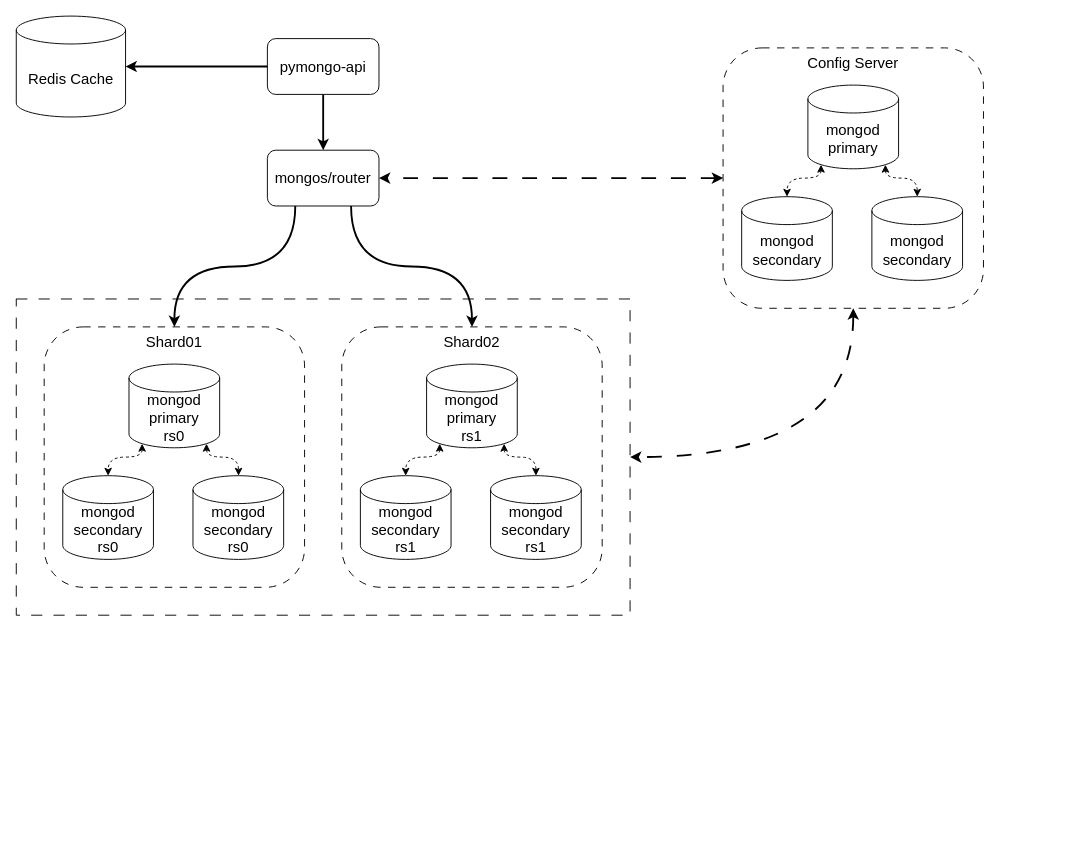
The draw.io diagram page "Part-3" (3 of 3) of task01/task1-03.drawio in santechniqueue/architecture-pro-black_friday, before the edit. Source tidied: cells renumbered, new cells numbered last; positions are measured from the earlier drawing's top-left corner, leaving out a move shared by most shapes. Both pictures are drawn from the tidied source at 93%, with x=0, y=0 at pixel (16, 16).
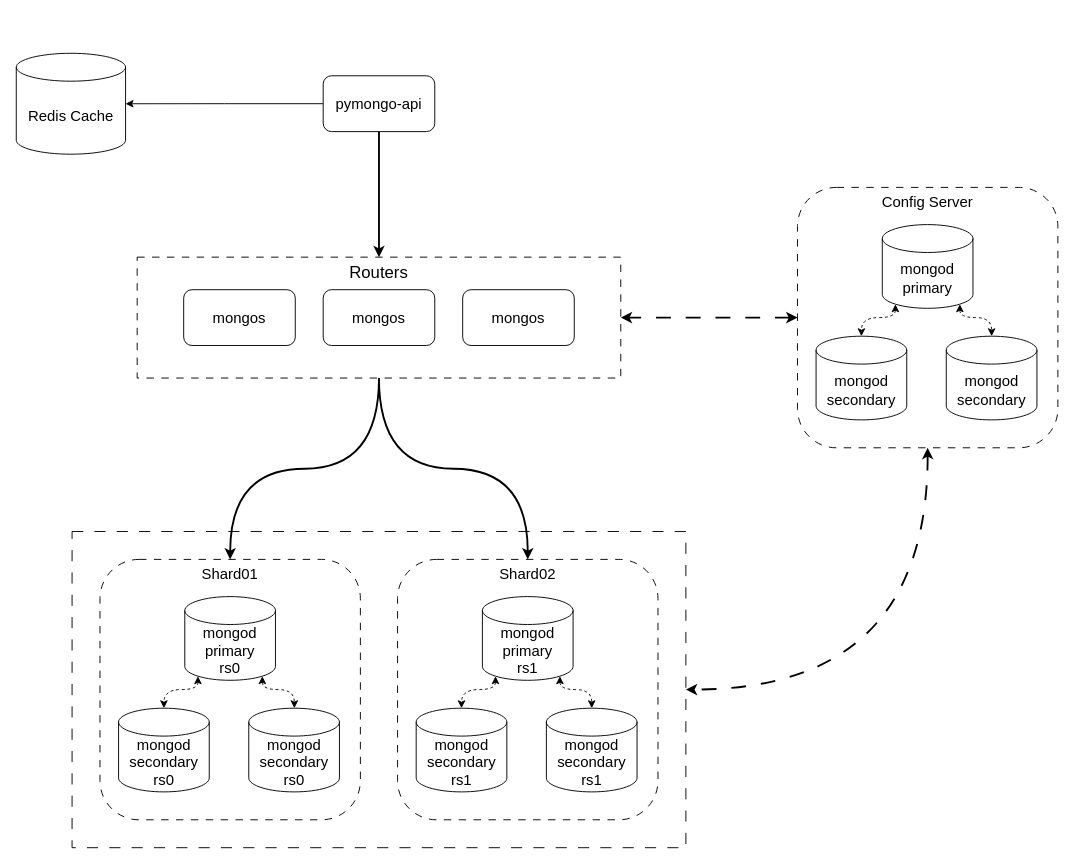
After the change.

The change refers to these unchanged cells:
```xml
<mxCell id="5" value="Shard02" style="rounded=1;whiteSpace=wrap;html=1;verticalAlign=top;dashed=1;dashPattern=8 8;fontSize=16;" parent="4" vertex="1">
  <mxGeometry width="280" height="280" as="geometry" />
</mxCell>
<mxCell id="12" value="Shard01" style="rounded=1;whiteSpace=wrap;html=1;verticalAlign=top;dashed=1;dashPattern=8 8;fontSize=16;" parent="11" vertex="1">
  <mxGeometry width="280" height="280" as="geometry" />
</mxCell>
```

Diff of the diagram source:
```diff
@@
-    <mxCell id="2" style="group;fontSize=16;" parent="1" vertex="1">
-      <mxGeometry y="304" width="660" height="340" as="geometry" />
-    </mxCell>
+    <mxCell id="32" value="Redis Cache" style="shape=cylinder3;whiteSpace=wrap;html=1;boundedLbl=1;backgroundOutline=1;size=15;fontSize=16;" parent="1" vertex="1">
+      <mxGeometry y="39.8" width="117.5" height="108.5" as="geometry" />
+    </mxCell>
+    <mxCell id="34" value="&lt;div&gt;Routers&lt;/div&gt;" style="rounded=0;whiteSpace=wrap;html=1;dashed=1;dashPattern=8 8;align=center;verticalAlign=top;fontSize=18;" parent="1" vertex="1">
+      <mxGeometry x="130" y="259" width="520" height="130" as="geometry" />
+    </mxCell>
+    <mxCell id="35" style="group;fontSize=16;" parent="1" vertex="1">
+      <mxGeometry x="60" y="554" width="660" height="340" as="geometry" />
+    </mxCell>
-    <mxCell id="3" style="rounded=0;whiteSpace=wrap;html=1;dashed=1;dashPattern=12 12;fontSize=16;" parent="2" vertex="1">
+    <mxCell id="3" style="rounded=0;whiteSpace=wrap;html=1;dashed=1;dashPattern=12 12;fontSize=16;" parent="35" vertex="1">
       <mxGeometry width="660" height="340" as="geometry" />
     </mxCell>
-    <mxCell id="4" style="group;fontSize=16;" parent="2" vertex="1">
+    <mxCell id="4" style="group;fontSize=16;" parent="35" vertex="1">
       <mxGeometry x="350" y="30" width="280" height="280" as="geometry" />
     </mxCell>
@@
-    <mxCell id="11" style="group;fontSize=16;" parent="2" vertex="1">
+    <mxCell id="11" style="group;fontSize=16;" parent="35" vertex="1">
       <mxGeometry x="30" y="30" width="280" height="280" as="geometry" />
     </mxCell>
@@
-    <mxCell id="18" style="edgeStyle=orthogonalEdgeStyle;rounded=0;jettySize=auto;html=1;entryX=0.5;entryY=0;entryDx=0;entryDy=0;strokeWidth=2;fontSize=16;" parent="1" edge="1" source="19" target="22">
-      <mxGeometry relative="1" as="geometry" />
-    </mxCell>
+    <mxCell id="36" style="edgeStyle=orthogonalEdgeStyle;rounded=0;jettySize=auto;html=1;strokeWidth=2;fontSize=16;" parent="1" edge="1" source="19" target="34">
+      <mxGeometry relative="1" as="geometry" />
+    </mxCell>
     <mxCell id="19" value="pymongo-api" style="rounded=1;whiteSpace=wrap;html=1;fontSize=16;" parent="1" vertex="1">
-      <mxGeometry x="270" y="24" width="120" height="60" as="geometry" />
+      <mxGeometry x="330" y="64" width="120" height="60" as="geometry" />
     </mxCell>
-    <mxCell id="20" style="edgeStyle=orthogonalEdgeStyle;rounded=0;jettySize=auto;html=1;entryX=0.5;entryY=0;entryDx=0;entryDy=0;exitX=0.75;exitY=1;exitDx=0;exitDy=0;curved=1;strokeWidth=2;fontSize=16;" parent="1" edge="1" source="22" target="5">
-      <mxGeometry relative="1" as="geometry" />
-    </mxCell>
-    <mxCell id="21" style="edgeStyle=orthogonalEdgeStyle;rounded=0;jettySize=auto;html=1;entryX=0.5;entryY=0;entryDx=0;entryDy=0;exitX=0.25;exitY=1;exitDx=0;exitDy=0;curved=1;strokeWidth=2;fontSize=16;" parent="1" edge="1" source="22" target="12">
-      <mxGeometry relative="1" as="geometry" />
-    </mxCell>
-    <mxCell id="22" value="mongos/router" style="rounded=1;whiteSpace=wrap;html=1;fontSize=16;" parent="1" vertex="1">
-      <mxGeometry x="270" y="144" width="120" height="60" as="geometry" />
-    </mxCell>
-    <mxCell id="23" style="edgeStyle=orthogonalEdgeStyle;rounded=0;jettySize=auto;html=1;dashed=1;dashPattern=8 8;strokeWidth=2;startArrow=classic;startFill=1;exitX=0;exitY=0.5;exitDx=0;exitDy=0;curved=1;fontSize=16;" parent="1" edge="1" source="25" target="22">
-      <mxGeometry relative="1" as="geometry" />
-    </mxCell>
-    <mxCell id="24" style="group;fontSize=16;" parent="1" vertex="1">
-      <mxGeometry x="760" y="34" width="280" height="280" as="geometry" />
-    </mxCell>
+    <mxCell id="37" style="edgeStyle=orthogonalEdgeStyle;rounded=0;jettySize=auto;html=1;entryX=0.5;entryY=0;entryDx=0;entryDy=0;exitX=0.5;exitY=1;exitDx=0;exitDy=0;curved=1;strokeWidth=2;fontSize=16;" parent="1" edge="1" source="34" target="5">
+      <mxGeometry relative="1" as="geometry" />
+    </mxCell>
+    <mxCell id="38" style="edgeStyle=orthogonalEdgeStyle;rounded=0;jettySize=auto;html=1;entryX=0.5;entryY=0;entryDx=0;entryDy=0;curved=1;strokeWidth=2;fontSize=16;exitX=0.5;exitY=1;exitDx=0;exitDy=0;" parent="1" edge="1" source="34" target="12">
+      <mxGeometry relative="1" as="geometry" />
+    </mxCell>
+    <mxCell id="39" value="mongos" style="rounded=1;whiteSpace=wrap;html=1;fontSize=16;" parent="1" vertex="1">
+      <mxGeometry x="330" y="294" width="120" height="60" as="geometry" />
+    </mxCell>
+    <mxCell id="40" style="group;fontSize=16;" parent="1" vertex="1">
+      <mxGeometry x="840" y="184" width="280" height="280" as="geometry" />
+    </mxCell>
-    <mxCell id="25" value="Config Server" style="rounded=1;whiteSpace=wrap;html=1;verticalAlign=top;dashed=1;dashPattern=8 8;fontSize=16;" parent="24" vertex="1">
+    <mxCell id="25" value="Config Server" style="rounded=1;whiteSpace=wrap;html=1;verticalAlign=top;dashed=1;dashPattern=8 8;fontSize=16;" parent="40" vertex="1">
       <mxGeometry width="280" height="280" as="geometry" />
     </mxCell>
-    <mxCell id="26" value="mongod&lt;br&gt;primary" style="shape=cylinder3;whiteSpace=wrap;html=1;boundedLbl=1;backgroundOutline=1;size=15;fontSize=16;" parent="24" vertex="1">
+    <mxCell id="26" value="mongod&lt;br&gt;primary" style="shape=cylinder3;whiteSpace=wrap;html=1;boundedLbl=1;backgroundOutline=1;size=15;fontSize=16;" parent="40" vertex="1">
       <mxGeometry x="91.2" y="40" width="97.5" height="90" as="geometry" />
     </mxCell>
-    <mxCell id="27" value="mongod&lt;br&gt;secondary" style="shape=cylinder3;whiteSpace=wrap;html=1;boundedLbl=1;backgroundOutline=1;size=15;fontSize=16;" parent="24" vertex="1">
+    <mxCell id="27" value="mongod&lt;br&gt;secondary" style="shape=cylinder3;whiteSpace=wrap;html=1;boundedLbl=1;backgroundOutline=1;size=15;fontSize=16;" parent="40" vertex="1">
       <mxGeometry x="160" y="160" width="97.5" height="90" as="geometry" />
     </mxCell>
-    <mxCell id="28" value="mongod&lt;br&gt;secondary" style="shape=cylinder3;whiteSpace=wrap;html=1;boundedLbl=1;backgroundOutline=1;size=15;fontSize=16;" parent="24" vertex="1">
+    <mxCell id="28" value="mongod&lt;br&gt;secondary" style="shape=cylinder3;whiteSpace=wrap;html=1;boundedLbl=1;backgroundOutline=1;size=15;fontSize=16;" parent="40" vertex="1">
       <mxGeometry x="20" y="160" width="97.5" height="90" as="geometry" />
     </mxCell>
-    <mxCell id="29" style="edgeStyle=orthogonalEdgeStyle;rounded=0;jettySize=auto;html=1;exitX=0.145;exitY=1;exitDx=0;exitDy=-4.35;exitPerimeter=0;entryX=0.5;entryY=0;entryDx=0;entryDy=0;entryPerimeter=0;startArrow=classic;startFill=1;dashed=1;curved=1;" parent="24" edge="1" source="26" target="28">
+    <mxCell id="29" style="edgeStyle=orthogonalEdgeStyle;rounded=0;jettySize=auto;html=1;exitX=0.145;exitY=1;exitDx=0;exitDy=-4.35;exitPerimeter=0;entryX=0.5;entryY=0;entryDx=0;entryDy=0;entryPerimeter=0;startArrow=classic;startFill=1;dashed=1;curved=1;" parent="40" edge="1" source="26" target="28">
       <mxGeometry relative="1" as="geometry">
         <Array as="points">
           <mxPoint x="105" y="140" />
           <mxPoint x="69" y="140" />
         </Array>
       </mxGeometry>
     </mxCell>
-    <mxCell id="30" style="edgeStyle=orthogonalEdgeStyle;rounded=0;jettySize=auto;html=1;exitX=0.855;exitY=1;exitDx=0;exitDy=-4.35;exitPerimeter=0;entryX=0.5;entryY=0;entryDx=0;entryDy=0;entryPerimeter=0;startArrow=classic;startFill=1;dashed=1;curved=1;" parent="24" edge="1" source="26" target="27">
+    <mxCell id="30" style="edgeStyle=orthogonalEdgeStyle;rounded=0;jettySize=auto;html=1;exitX=0.855;exitY=1;exitDx=0;exitDy=-4.35;exitPerimeter=0;entryX=0.5;entryY=0;entryDx=0;entryDy=0;entryPerimeter=0;startArrow=classic;startFill=1;dashed=1;curved=1;" parent="40" edge="1" source="26" target="27">
       <mxGeometry relative="1" as="geometry">
         <Array as="points">
           <mxPoint x="175" y="140" />
           <mxPoint x="209" y="140" />
         </Array>
       </mxGeometry>
     </mxCell>
@@
-    <mxCell id="32" value="Redis Cache" style="shape=cylinder3;whiteSpace=wrap;html=1;boundedLbl=1;backgroundOutline=1;size=15;fontSize=16;" parent="1" vertex="1">
-      <mxGeometry y="-0.2" width="117.5" height="108.5" as="geometry" />
-    </mxCell>
+    <mxCell id="41" value="mongos" style="rounded=1;whiteSpace=wrap;html=1;fontSize=16;" parent="1" vertex="1">
+      <mxGeometry x="180" y="294" width="120" height="60" as="geometry" />
+    </mxCell>
+    <mxCell id="42" value="mongos" style="rounded=1;whiteSpace=wrap;html=1;fontSize=16;" parent="1" vertex="1">
+      <mxGeometry x="480" y="294" width="120" height="60" as="geometry" />
+    </mxCell>
+    <mxCell id="43" style="edgeStyle=orthogonalEdgeStyle;rounded=0;jettySize=auto;html=1;entryX=1;entryY=0.5;entryDx=0;entryDy=0;exitX=0;exitY=0.5;exitDx=0;exitDy=0;dashed=1;dashPattern=8 8;startArrow=classic;startFill=1;strokeWidth=2;curved=1;" parent="1" edge="1" source="25" target="34">
+      <mxGeometry relative="1" as="geometry" />
+    </mxCell>
-    <mxCell id="33" style="edgeStyle=orthogonalEdgeStyle;rounded=0;jettySize=auto;html=1;entryX=1;entryY=0.5;entryDx=0;entryDy=0;entryPerimeter=0;strokeWidth=2;" parent="1" edge="1" source="19" target="32">
+    <mxCell id="33" style="edgeStyle=orthogonalEdgeStyle;rounded=0;jettySize=auto;html=1;entryX=1;entryY=0.5;entryDx=0;entryDy=0;entryPerimeter=0;" parent="1" edge="1" source="19" target="32">
       <mxGeometry relative="1" as="geometry" />
     </mxCell>
```
